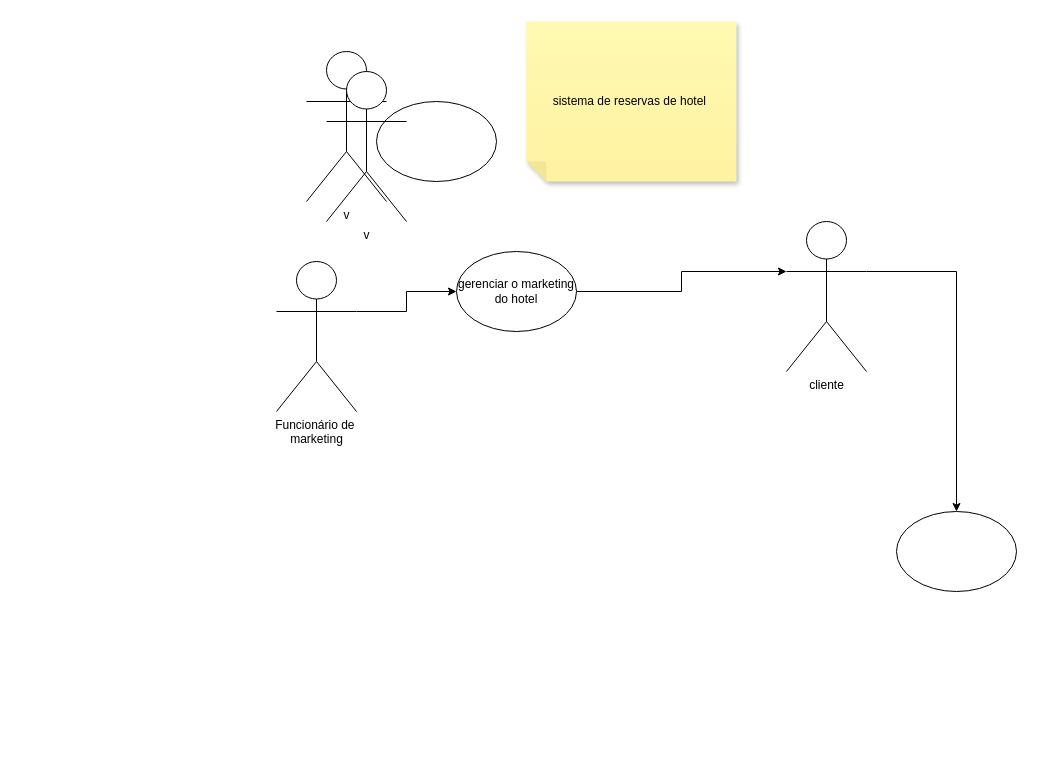
Before: page "Página-3" (3 of 4) of Diagrama sem nome.drawio in Bernardo-Alves125/Diagramas-de-requisitos, a draw.io diagram. Source tidied: cells renumbered, new cells numbered last; positions are measured from the earlier drawing's top-left corner, leaving out a move shared by most shapes. Both pictures are drawn from the tidied source at 100%, with x=0, y=0 at pixel (276, 21).
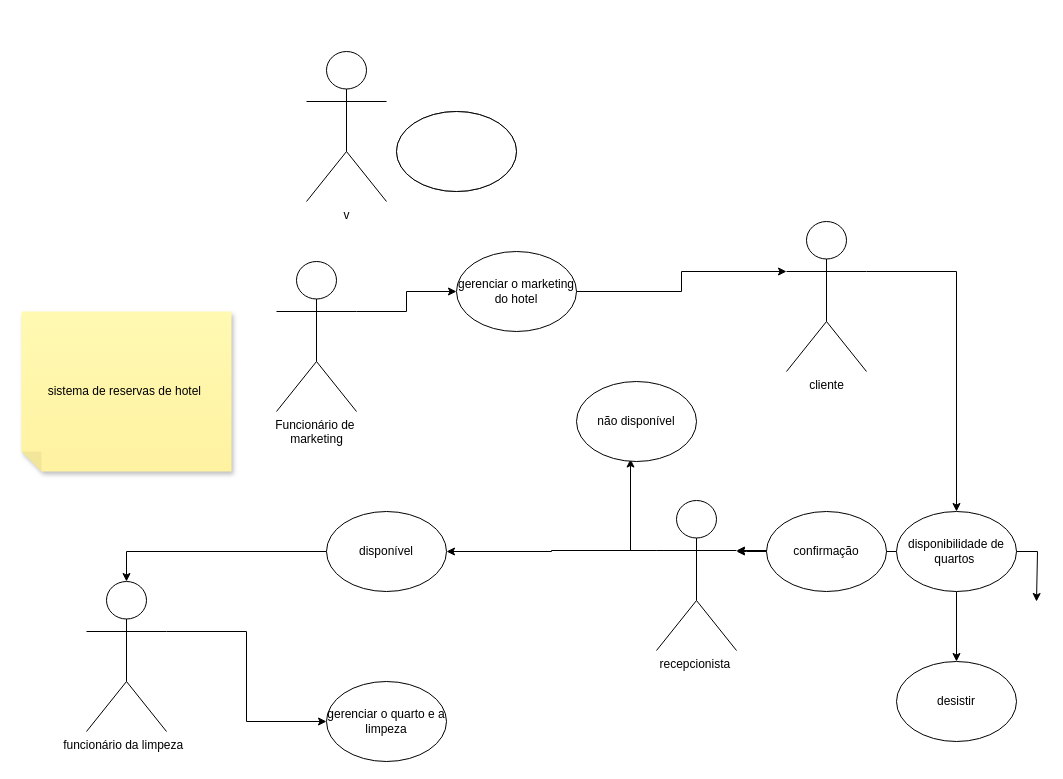
The same page after the edit.

Commit message:
Actualizar Diagrama aula.drawio

Change to the diagram source:
```diff
@@
     <mxCell id="2" value="sistema de reservas de hotel&amp;nbsp;" style="shape=note;whiteSpace=wrap;html=1;backgroundOutline=1;fontColor=#000000;darkOpacity=0.05;fillColor=#FFF9B2;strokeColor=none;fillStyle=solid;direction=west;gradientDirection=north;gradientColor=#FFF2A1;shadow=1;size=20;" parent="1" vertex="1">
-      <mxGeometry x="250" width="210" height="160" as="geometry" />
+      <mxGeometry x="-255" y="290" width="210" height="160" as="geometry" />
     </mxCell>
@@
     <mxCell id="7" style="ellipse;whiteSpace=wrap;html=1;" parent="1" vertex="1">
-      <mxGeometry x="100" y="80" width="120" height="80" as="geometry" />
+      <mxGeometry x="120" y="90" width="120" height="80" as="geometry" />
     </mxCell>
@@
+    <mxCell id="13" style="edgeStyle=orthogonalEdgeStyle;rounded=0;jettySize=auto;html=1;exitX=0;exitY=0.3333333333333333;exitDx=0;exitDy=0;exitPerimeter=0;entryX=0.45;entryY=0.969;entryDx=0;entryDy=0;entryPerimeter=0;" parent="1" edge="1" source="11" target="19">
+      <mxGeometry relative="1" as="geometry">
+        <Array as="points">
+          <mxPoint x="354" y="529" />
+        </Array>
+      </mxGeometry>
+    </mxCell>
+    <mxCell id="14" style="edgeStyle=orthogonalEdgeStyle;rounded=0;jettySize=auto;html=1;exitX=0;exitY=0.3333333333333333;exitDx=0;exitDy=0;exitPerimeter=0;entryX=1;entryY=0.5;entryDx=0;entryDy=0;" parent="1" edge="1" source="11" target="21">
+      <mxGeometry relative="1" as="geometry" />
+    </mxCell>
-    <mxCell id="11" value="v" style="shape=umlActor;verticalLabelPosition=bottom;verticalAlign=top;html=1;outlineConnect=0;" parent="1" vertex="1">
-      <mxGeometry x="50" y="50" width="80" height="150" as="geometry" />
+    <mxCell id="11" value="recepcionista&amp;nbsp;" style="shape=umlActor;verticalLabelPosition=bottom;verticalAlign=top;html=1;outlineConnect=0;" parent="1" vertex="1">
+      <mxGeometry x="380" y="479" width="80" height="150" as="geometry" />
     </mxCell>
+    <mxCell id="15" style="edgeStyle=orthogonalEdgeStyle;rounded=0;jettySize=auto;html=1;entryX=1;entryY=0.3333333333333333;entryDx=0;entryDy=0;entryPerimeter=0;" parent="1" edge="1" source="12" target="11">
+      <mxGeometry relative="1" as="geometry" />
+    </mxCell>
+    <mxCell id="16" style="edgeStyle=orthogonalEdgeStyle;rounded=0;jettySize=auto;html=1;exitX=0.5;exitY=1;exitDx=0;exitDy=0;entryX=0.5;entryY=0;entryDx=0;entryDy=0;" parent="1" edge="1" source="12" target="18">
+      <mxGeometry relative="1" as="geometry" />
+    </mxCell>
+    <mxCell id="17" style="edgeStyle=orthogonalEdgeStyle;rounded=0;jettySize=auto;html=1;exitX=1;exitY=0.5;exitDx=0;exitDy=0;" parent="1" edge="1" source="12">
+      <mxGeometry relative="1" as="geometry">
+        <mxPoint x="760" y="580" as="targetPoint" />
+        <Array as="points">
+          <mxPoint x="761" y="530" />
+        </Array>
+      </mxGeometry>
+    </mxCell>
-    <mxCell id="12" style="ellipse;whiteSpace=wrap;html=1;" parent="1" vertex="1">
+    <mxCell id="12" value="disponibilidade de quartos&amp;nbsp;" style="ellipse;whiteSpace=wrap;html=1;" parent="1" vertex="1">
       <mxGeometry x="620" y="490" width="120" height="80" as="geometry" />
     </mxCell>
+    <mxCell id="18" value="desistir" style="ellipse;whiteSpace=wrap;html=1;" parent="1" vertex="1">
+      <mxGeometry x="620" y="640" width="120" height="80" as="geometry" />
+    </mxCell>
+    <mxCell id="19" value="não disponível" style="ellipse;whiteSpace=wrap;html=1;" parent="1" vertex="1">
+      <mxGeometry x="300" y="360" width="120" height="80" as="geometry" />
+    </mxCell>
+    <mxCell id="20" style="edgeStyle=orthogonalEdgeStyle;rounded=0;jettySize=auto;html=1;entryX=0.5;entryY=0;entryDx=0;entryDy=0;entryPerimeter=0;" parent="1" edge="1" source="21" target="23">
+      <mxGeometry relative="1" as="geometry" />
+    </mxCell>
+    <mxCell id="21" value="disponível" style="ellipse;whiteSpace=wrap;html=1;" parent="1" vertex="1">
+      <mxGeometry x="50" y="490" width="120" height="80" as="geometry" />
+    </mxCell>
+    <mxCell id="22" style="edgeStyle=orthogonalEdgeStyle;rounded=0;jettySize=auto;html=1;exitX=1;exitY=0.3333333333333333;exitDx=0;exitDy=0;exitPerimeter=0;entryX=0;entryY=0.5;entryDx=0;entryDy=0;" parent="1" edge="1" source="23" target="27">
+      <mxGeometry relative="1" as="geometry" />
+    </mxCell>
+    <mxCell id="23" value="funcionário da limpeza&amp;nbsp;&amp;nbsp;" style="shape=umlActor;verticalLabelPosition=bottom;verticalAlign=top;html=1;outlineConnect=0;" parent="1" vertex="1">
+      <mxGeometry x="-190" y="560" width="80" height="150" as="geometry" />
+    </mxCell>
+    <mxCell id="24" style="ellipse;whiteSpace=wrap;html=1;" parent="1" vertex="1">
+      <mxGeometry x="120" y="90" width="120" height="80" as="geometry" />
+    </mxCell>
+    <mxCell id="25" value="confirmação" style="ellipse;whiteSpace=wrap;html=1;" parent="1" vertex="1">
+      <mxGeometry x="490" y="490" width="120" height="80" as="geometry" />
+    </mxCell>
+    <mxCell id="26" style="edgeStyle=orthogonalEdgeStyle;rounded=0;jettySize=auto;html=1;" parent="1" edge="1" source="25">
+      <mxGeometry relative="1" as="geometry">
+        <mxPoint x="460" y="530" as="targetPoint" />
+      </mxGeometry>
+    </mxCell>
+    <mxCell id="27" value="gerenciar o quarto e a limpeza" style="ellipse;whiteSpace=wrap;html=1;" parent="1" vertex="1">
+      <mxGeometry x="50" y="660" width="120" height="80" as="geometry" />
+    </mxCell>
```
